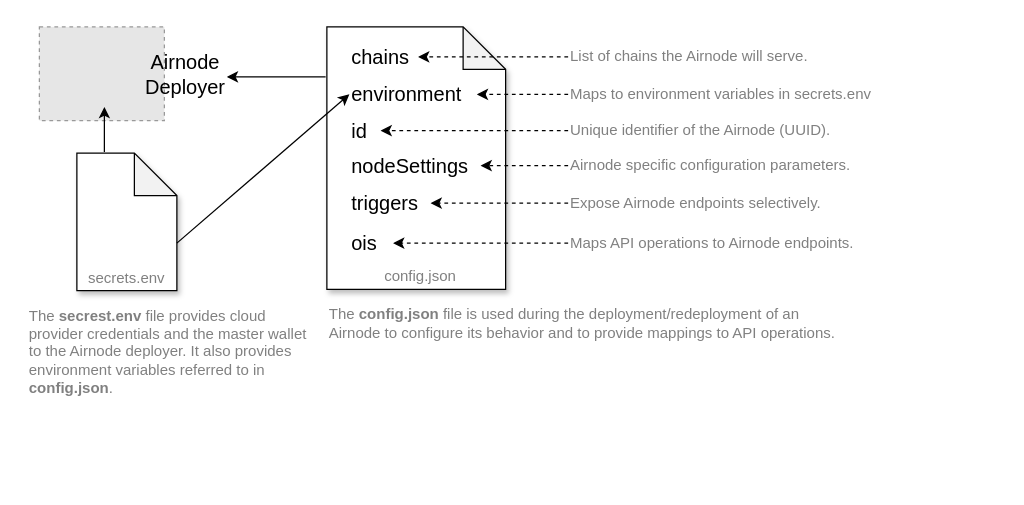
Before: docs/next/assets/diagrams/config-json.drawio in api3dao/old-api3-docs, a draw.io diagram. Source tidied: cells renumbered, new cells numbered last; positions are measured from the earlier drawing's top-left corner, leaving out a move shared by most shapes. Both pictures are drawn from the tidied source at 125%, with x=0, y=0 at pixel (26, 26). Pictures stored in the file or linked from it are replaced by grey dashed boxes.
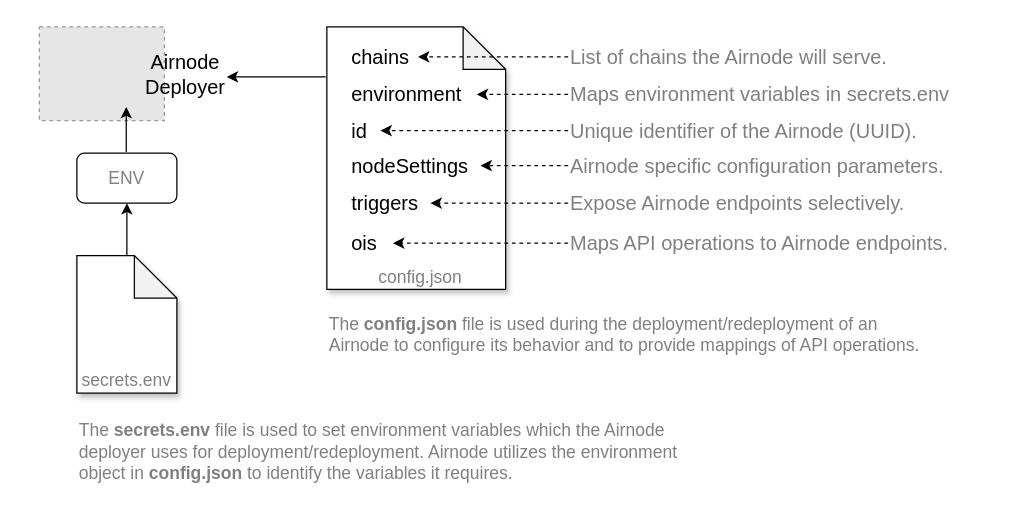
After the change.

The change refers to these unchanged cells:
```xml
<mxCell id="15" value="&lt;font style=&quot;font-size: 16px&quot;&gt;environment&lt;/font&gt;" style="text;html=1;strokeColor=none;fillColor=none;align=left;verticalAlign=middle;whiteSpace=wrap;rounded=0;" parent="1" vertex="1">
  <mxGeometry x="258" y="44" width="102" height="20" as="geometry" />
</mxCell>
```

The edit, as a diff of the source:
```diff
@@
-    <mxCell id="3" value="Maps API operations to Airnode endpoints." style="text;html=1;strokeColor=none;fillColor=none;align=left;verticalAlign=middle;whiteSpace=wrap;rounded=0;sketch=0;fontColor=#808080;" parent="1" vertex="1">
-      <mxGeometry x="433" y="163" width="250" height="20" as="geometry" />
+    <mxCell id="3" value="&lt;font style=&quot;font-size: 16px;&quot;&gt;Maps API operations to Airnode endpoints.&lt;/font&gt;" style="text;html=1;strokeColor=none;fillColor=none;align=left;verticalAlign=middle;whiteSpace=wrap;rounded=0;sketch=0;fontSize=16;fontColor=#808080;" parent="1" vertex="1">
+      <mxGeometry x="433" y="163" width="327" height="20" as="geometry" />
     </mxCell>
-    <mxCell id="4" value="Expose Airnode endpoints selectively." style="text;html=1;strokeColor=none;fillColor=none;align=left;verticalAlign=middle;whiteSpace=wrap;rounded=0;sketch=0;fontColor=#808080;" parent="1" vertex="1">
-      <mxGeometry x="433" y="131" width="210" height="20" as="geometry" />
+    <mxCell id="4" value="Expose Airnode endpoints selectively." style="text;html=1;strokeColor=none;fillColor=none;align=left;verticalAlign=middle;whiteSpace=wrap;rounded=0;sketch=0;fontSize=16;fontColor=#808080;" parent="1" vertex="1">
+      <mxGeometry x="433" y="131" width="327" height="20" as="geometry" />
     </mxCell>
-    <mxCell id="5" value="Airnode specific configuration parameters." style="text;html=1;strokeColor=none;fillColor=none;align=left;verticalAlign=middle;whiteSpace=wrap;rounded=0;sketch=0;fontColor=#808080;" parent="1" vertex="1">
-      <mxGeometry x="433" y="101" width="240" height="20" as="geometry" />
+    <mxCell id="5" value="Airnode specific configuration parameters." style="text;html=1;strokeColor=none;fillColor=none;align=left;verticalAlign=middle;whiteSpace=wrap;rounded=0;sketch=0;fontSize=16;fontColor=#808080;" parent="1" vertex="1">
+      <mxGeometry x="433" y="101" width="327" height="20" as="geometry" />
     </mxCell>
-    <mxCell id="6" value="Unique identifier of the Airnode (UUID)." style="text;html=1;strokeColor=none;fillColor=none;align=left;verticalAlign=middle;whiteSpace=wrap;rounded=0;sketch=0;fontColor=#808080;" parent="1" vertex="1">
-      <mxGeometry x="433" y="73" width="270" height="20" as="geometry" />
+    <mxCell id="6" value="Unique identifier of the Airnode (UUID)." style="text;html=1;strokeColor=none;fillColor=none;align=left;verticalAlign=middle;whiteSpace=wrap;rounded=0;sketch=0;fontSize=16;fontColor=#808080;" parent="1" vertex="1">
+      <mxGeometry x="433" y="73" width="327" height="20" as="geometry" />
     </mxCell>
-    <mxCell id="7" value="&lt;br class=&quot;Apple-interchange-newline&quot;&gt;The &lt;b&gt;config.json&lt;/b&gt; file is used during the deployment/redeployment of an Airnode to configure its behavior and to provide mappings to API operations." style="text;html=1;strokeColor=none;fillColor=none;align=left;verticalAlign=middle;whiteSpace=wrap;rounded=0;shadow=1;sketch=0;fontColor=#808080;" parent="1" vertex="1">
-      <mxGeometry x="240" y="220" width="410" height="20" as="geometry" />
+    <mxCell id="7" value="&lt;font style=&quot;font-size: 14px&quot;&gt;&lt;br class=&quot;Apple-interchange-newline&quot; style=&quot;font-size: 14px&quot;&gt;The &lt;b style=&quot;font-size: 14px&quot;&gt;config.json&lt;/b&gt; file is used during the deployment/redeployment of an Airnode to configure its behavior and to provide mappings of API operations.&lt;/font&gt;" style="text;html=1;strokeColor=none;fillColor=none;align=left;verticalAlign=middle;whiteSpace=wrap;rounded=0;shadow=1;sketch=0;fontSize=14;fontColor=#808080;" parent="1" vertex="1">
+      <mxGeometry x="240" y="228" width="490" height="20" as="geometry" />
     </mxCell>
-    <mxCell id="8" value="config.json" style="text;html=1;strokeColor=none;fillColor=none;align=center;verticalAlign=middle;whiteSpace=wrap;rounded=0;shadow=1;sketch=0;fontColor=#808080;" parent="1" vertex="1">
+    <mxCell id="8" value="config.json" style="text;html=1;strokeColor=none;fillColor=none;align=center;verticalAlign=middle;whiteSpace=wrap;rounded=0;shadow=1;sketch=0;fontColor=#808080;fontSize=14;" parent="1" vertex="1">
       <mxGeometry x="295" y="190" width="40" height="20" as="geometry" />
     </mxCell>
+    <mxCell id="31" style="edgeStyle=orthogonalEdgeStyle;rounded=0;jettySize=auto;html=1;fontSize=14;fontColor=#808080;" parent="1" edge="1" source="9" target="32">
+      <mxGeometry relative="1" as="geometry" />
+    </mxCell>
     <mxCell id="9" style="shape=note;whiteSpace=wrap;html=1;backgroundOutline=1;darkOpacity=0.05;fontSize=14;size=34;shadow=1;" parent="1" vertex="1">
-      <mxGeometry x="40" y="101" width="80" height="110" as="geometry" />
+      <mxGeometry x="40" y="183" width="80" height="110" as="geometry" />
     </mxCell>
-    <mxCell id="10" value="secrets.env" style="text;html=1;strokeColor=none;fillColor=none;align=center;verticalAlign=middle;whiteSpace=wrap;rounded=0;shadow=1;sketch=0;fontColor=#808080;" parent="1" vertex="1">
-      <mxGeometry x="60" y="191" width="40" height="20" as="geometry" />
+    <mxCell id="10" value="secrets.env" style="text;html=1;strokeColor=none;fillColor=none;align=center;verticalAlign=middle;whiteSpace=wrap;rounded=0;shadow=1;sketch=0;fontColor=#808080;fontSize=14;" parent="1" vertex="1">
+      <mxGeometry x="60" y="273" width="40" height="20" as="geometry" />
     </mxCell>
-    <mxCell id="11" value="The &lt;b&gt;secrest.env&lt;/b&gt; file provides cloud provider credentials and the master wallet to the Airnode deployer. It also provides environment variables referred to in &lt;b&gt;config.json&lt;/b&gt;." style="text;html=1;strokeColor=none;fillColor=none;align=left;verticalAlign=middle;whiteSpace=wrap;rounded=0;shadow=1;sketch=0;fontColor=#808080;" parent="1" vertex="1">
-      <mxGeometry y="250" width="230" height="20" as="geometry" />
+    <mxCell id="11" value="&lt;font style=&quot;font-size: 14px&quot;&gt;The &lt;b style=&quot;font-size: 14px&quot;&gt;secrets.env&lt;/b&gt; file is used to set environment variables which the Airnode deployer uses for deployment/redeployment. Airnode utilizes the environment object in&amp;nbsp;&lt;b style=&quot;font-size: 14px&quot;&gt;config.json&lt;/b&gt;&lt;span style=&quot;font-size: 14px&quot;&gt; to identify the variables it requires&lt;/span&gt;.&lt;/font&gt;" style="text;html=1;strokeColor=none;fillColor=none;align=left;verticalAlign=middle;whiteSpace=wrap;rounded=0;shadow=1;sketch=0;fontSize=14;fontColor=#808080;" parent="1" vertex="1">
+      <mxGeometry x="40" y="330" width="500" height="20" as="geometry" />
     </mxCell>
-    <mxCell id="12" style="endArrow=classic;html=1;fontColor=#808080;exitX=0;exitY=0;exitDx=80;exitDy=72;exitPerimeter=0;entryX=0;entryY=0.5;entryDx=0;entryDy=0;" parent="1" edge="1" source="9" target="15">
-      <mxGeometry relative="1" as="geometry" />
-    </mxCell>
@@
-    <mxCell id="23" value="Maps to environment variables in secrets.env" style="text;html=1;strokeColor=none;fillColor=none;align=left;verticalAlign=middle;whiteSpace=wrap;rounded=0;sketch=0;fontColor=#808080;" parent="1" vertex="1">
-      <mxGeometry x="433" y="44" width="270" height="20" as="geometry" />
+    <mxCell id="23" value="Maps environment variables in secrets.env" style="text;html=1;strokeColor=none;fillColor=none;align=left;verticalAlign=middle;whiteSpace=wrap;rounded=0;sketch=0;fontSize=16;fontColor=#808080;" parent="1" vertex="1">
+      <mxGeometry x="433" y="44" width="347" height="20" as="geometry" />
     </mxCell>
@@
-    <mxCell id="25" value="List of chains the Airnode will serve." style="text;html=1;strokeColor=none;fillColor=none;align=left;verticalAlign=middle;whiteSpace=wrap;rounded=0;sketch=0;fontColor=#808080;" parent="1" vertex="1">
+    <mxCell id="25" value="List of chains the Airnode will serve." style="text;html=1;strokeColor=none;fillColor=none;align=left;verticalAlign=middle;whiteSpace=wrap;rounded=0;sketch=0;fontSize=16;fontColor=#808080;" parent="1" vertex="1">
       <mxGeometry x="433" y="14" width="270" height="20" as="geometry" />
     </mxCell>
@@
     <mxCell id="29" style="endArrow=classic;html=1;" parent="1" edge="1">
       <mxGeometry relative="1" as="geometry">
-        <mxPoint x="62" y="100" as="sourcePoint" />
-        <mxPoint x="62" y="64" as="targetPoint" />
+        <mxPoint x="79.5" y="100" as="sourcePoint" />
+        <mxPoint x="79.5" y="64" as="targetPoint" />
       </mxGeometry>
     </mxCell>
@@
+    <mxCell id="32" value="ENV" style="rounded=1;whiteSpace=wrap;html=1;fontSize=14;fontColor=#808080;" parent="1" vertex="1">
+      <mxGeometry x="40" y="101" width="80" height="40" as="geometry" />
+    </mxCell>
```
